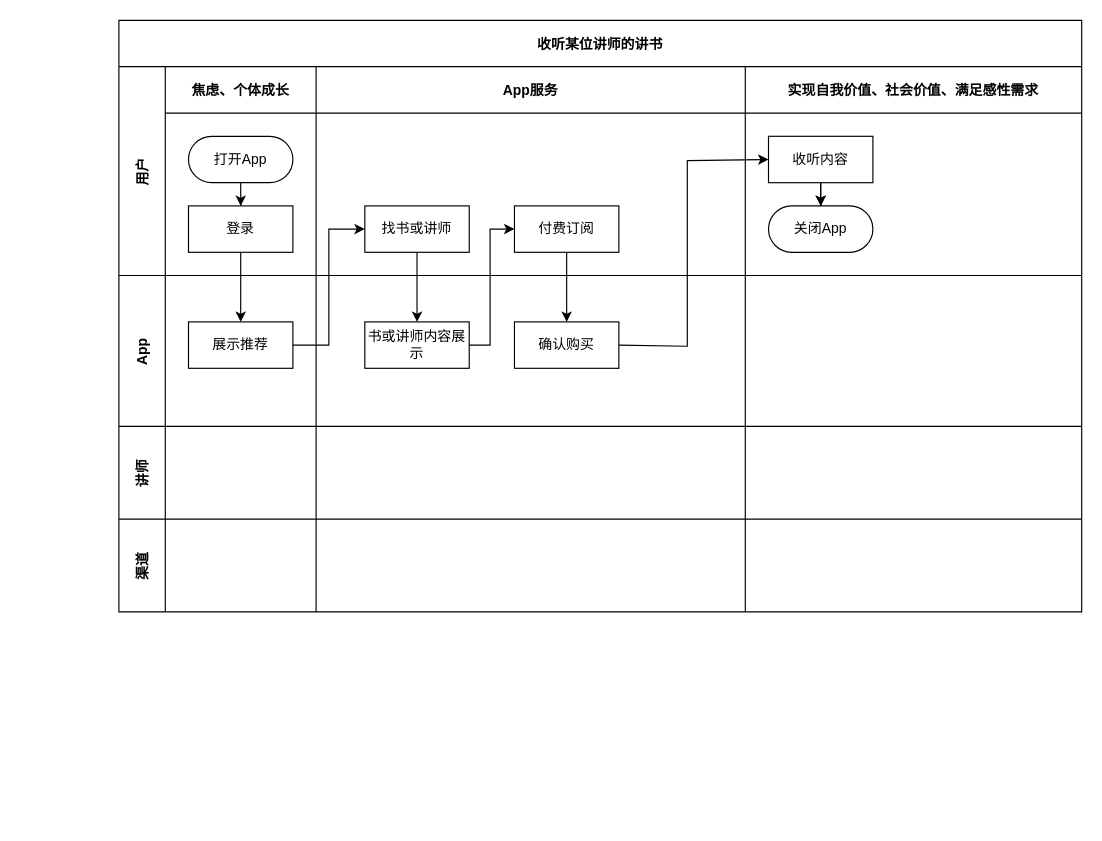
The draw.io diagram page "Page-1" (1 of 2) of wisdom-functions.drawio in joywt/drowin-folder, before the edit. Source tidied: cells renumbered, new cells numbered last; positions are measured from the earlier drawing's top-left corner, leaving out a move shared by most shapes. Both pictures are drawn from the tidied source at 116%, with x=0, y=0 at pixel (118, 20).
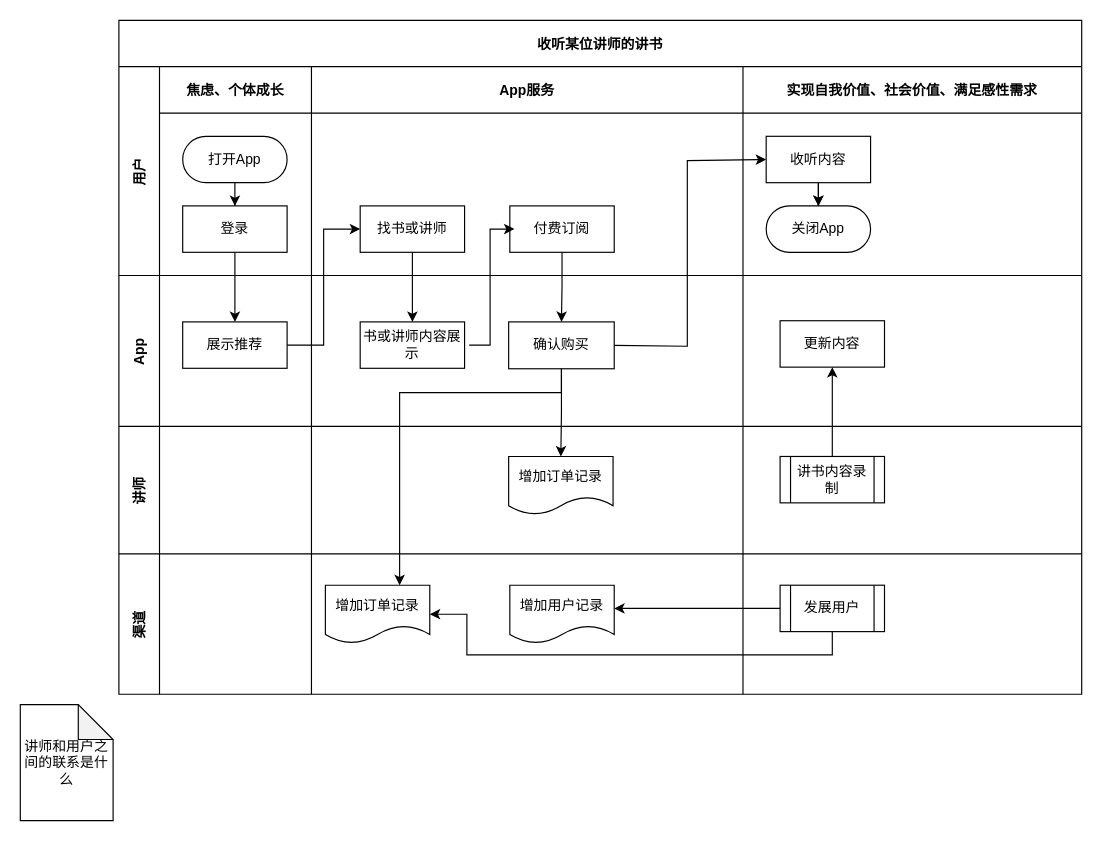
The same diagram, later.

What changed in the source:
```diff
@@
     <mxCell id="2" value="收听某位讲师的讲书" style="shape=table;childLayout=tableLayout;startSize=40;fillColor=none;fontStyle=1;" parent="1" vertex="1">
-      <mxGeometry width="830" height="510" as="geometry" />
+      <mxGeometry width="830" height="581" as="geometry" />
     </mxCell>
@@
-    <mxCell id="4" value="用户" style="shape=tableRow;horizontal=0;swimlaneHead=0;swimlaneBody=0;top=0;left=0;bottom=0;right=0;fillColor=none;startSize=40;fontStyle=1;" parent="2" vertex="1">
+    <mxCell id="4" value="用户" style="shape=tableRow;horizontal=0;swimlaneHead=0;swimlaneBody=0;top=0;left=0;bottom=0;right=0;fillColor=none;startSize=35;fontStyle=1;" parent="2" vertex="1">
       <mxGeometry y="40" width="830" height="180" as="geometry" />
     </mxCell>
     <mxCell id="5" value="焦虑、个体成长" style="swimlane;swimlaneHead=0;swimlaneBody=0;fillColor=none;startSize=40;fontStyle=1;" parent="4" vertex="1">
-      <mxGeometry x="40" width="130" height="180" as="geometry" />
+      <mxGeometry x="35" width="131" height="180" as="geometry" />
     </mxCell>
@@
     <mxCell id="9" value="App服务" style="swimlane;swimlaneHead=0;swimlaneBody=0;fillColor=none;startSize=40;fontStyle=1;" parent="4" vertex="1">
-      <mxGeometry x="170" width="370" height="180" as="geometry" />
+      <mxGeometry x="166" width="372" height="180" as="geometry" />
     </mxCell>
@@
     <mxCell id="12" value="实现自我价值、社会价值、满足感性需求" style="swimlane;swimlaneHead=0;swimlaneBody=0;fillColor=none;startSize=40;fontStyle=1;" parent="4" vertex="1">
-      <mxGeometry x="540" width="290" height="180" as="geometry" />
+      <mxGeometry x="538" width="292" height="180" as="geometry" />
     </mxCell>
@@
-    <mxCell id="17" value="App" style="shape=tableRow;horizontal=0;swimlaneHead=0;swimlaneBody=0;top=0;left=0;bottom=0;right=0;fillColor=none;startSize=40;fontStyle=1;" parent="2" vertex="1">
+    <mxCell id="17" value="App" style="shape=tableRow;horizontal=0;swimlaneHead=0;swimlaneBody=0;top=0;left=0;bottom=0;right=0;fillColor=none;startSize=35;fontStyle=1;" parent="2" vertex="1">
       <mxGeometry y="220" width="830" height="130" as="geometry" />
     </mxCell>
     <mxCell id="18" style="swimlane;swimlaneHead=0;swimlaneBody=0;fillColor=none;startSize=0;fontStyle=1;" parent="17" vertex="1">
-      <mxGeometry x="40" width="130" height="130" as="geometry" />
+      <mxGeometry x="35" width="131" height="130" as="geometry" />
     </mxCell>
@@
     <mxCell id="20" style="swimlane;swimlaneHead=0;swimlaneBody=0;fillColor=none;startSize=0;fontStyle=1;" parent="17" vertex="1">
-      <mxGeometry x="170" width="370" height="130" as="geometry" />
+      <mxGeometry x="166" width="372" height="130" as="geometry" />
     </mxCell>
@@
     <mxCell id="22" style="swimlane;swimlaneHead=0;swimlaneBody=0;fillColor=none;startSize=0;fontStyle=1;" parent="17" vertex="1">
-      <mxGeometry x="540" width="290" height="130" as="geometry" />
+      <mxGeometry x="538" width="292" height="130" as="geometry" />
     </mxCell>
+    <mxCell id="37" value="更新内容" style="whiteSpace=wrap;html=1;" parent="22" vertex="1">
+      <mxGeometry x="32" y="39" width="90" height="40" as="geometry" />
+    </mxCell>
-    <mxCell id="23" value="讲师" style="shape=tableRow;horizontal=0;swimlaneHead=0;swimlaneBody=0;top=0;left=0;bottom=0;right=0;fillColor=none;startSize=40;fontStyle=1;" parent="2" vertex="1">
-      <mxGeometry y="350" width="830" height="80" as="geometry" />
+    <mxCell id="23" value="讲师" style="shape=tableRow;horizontal=0;swimlaneHead=0;swimlaneBody=0;top=0;left=0;bottom=0;right=0;fillColor=none;startSize=35;fontStyle=1;" parent="2" vertex="1">
+      <mxGeometry y="350" width="830" height="110" as="geometry" />
     </mxCell>
     <mxCell id="24" style="swimlane;swimlaneHead=0;swimlaneBody=0;fillColor=none;startSize=0;fontStyle=1;" parent="23" vertex="1">
-      <mxGeometry x="40" width="130" height="80" as="geometry" />
+      <mxGeometry x="35" width="131" height="110" as="geometry" />
     </mxCell>
     <mxCell id="25" style="swimlane;swimlaneHead=0;swimlaneBody=0;fillColor=none;startSize=0;fontStyle=1;" parent="23" vertex="1">
-      <mxGeometry x="170" width="370" height="80" as="geometry" />
+      <mxGeometry x="166" width="372" height="110" as="geometry" />
     </mxCell>
+    <mxCell id="38" style="edgeStyle=orthogonalEdgeStyle;rounded=0;jettySize=auto;html=1;" parent="25" edge="1" source="26" target="39">
+      <mxGeometry relative="1" as="geometry" />
+    </mxCell>
     <mxCell id="26" value="确认购买" style="rounded=0;whiteSpace=wrap;html=1;" parent="25" vertex="1">
-      <mxGeometry x="171" y="-90" width="90" height="40" as="geometry" />
+      <mxGeometry x="170" y="-90" width="91" height="40.4" as="geometry" />
     </mxCell>
+    <mxCell id="39" value="增加订单记录" style="shape=document;whiteSpace=wrap;html=1;boundedLbl=1;rounded=0;" parent="25" vertex="1">
+      <mxGeometry x="170" y="26" width="90" height="50" as="geometry" />
+    </mxCell>
     <mxCell id="27" style="swimlane;swimlaneHead=0;swimlaneBody=0;fillColor=none;startSize=0;fontStyle=1;" parent="23" vertex="1">
-      <mxGeometry x="540" width="290" height="80" as="geometry" />
+      <mxGeometry x="538" width="292" height="110" as="geometry" />
     </mxCell>
+    <mxCell id="40" value="讲书内容录制" style="shape=process;whiteSpace=wrap;html=1;backgroundOutline=1;" parent="27" vertex="1">
+      <mxGeometry x="32" y="26" width="90" height="40" as="geometry" />
+    </mxCell>
-    <mxCell id="28" value="渠道" style="shape=tableRow;horizontal=0;swimlaneHead=0;swimlaneBody=0;top=0;left=0;bottom=0;right=0;fillColor=none;startSize=40;fontStyle=1;" parent="2" vertex="1">
-      <mxGeometry y="430" width="830" height="80" as="geometry" />
+    <mxCell id="28" value="渠道" style="shape=tableRow;horizontal=0;swimlaneHead=0;swimlaneBody=0;top=0;left=0;bottom=0;right=0;fillColor=none;startSize=35;fontStyle=1;" parent="2" vertex="1">
+      <mxGeometry y="460" width="830" height="121" as="geometry" />
     </mxCell>
     <mxCell id="29" style="swimlane;swimlaneHead=0;swimlaneBody=0;fillColor=none;startSize=0;fontStyle=1;" parent="28" vertex="1">
-      <mxGeometry x="40" width="130" height="80" as="geometry" />
+      <mxGeometry x="35" width="131" height="121" as="geometry" />
     </mxCell>
     <mxCell id="30" style="swimlane;swimlaneHead=0;swimlaneBody=0;fillColor=none;startSize=0;fontStyle=1;" parent="28" vertex="1">
-      <mxGeometry x="170" width="370" height="80" as="geometry" />
+      <mxGeometry x="166" width="372" height="121" as="geometry" />
     </mxCell>
+    <mxCell id="41" value="增加订单记录" style="shape=document;whiteSpace=wrap;html=1;boundedLbl=1;rounded=0;" parent="30" vertex="1">
+      <mxGeometry x="12" y="27" width="90" height="50" as="geometry" />
+    </mxCell>
+    <mxCell id="42" value="增加用户记录" style="shape=document;whiteSpace=wrap;html=1;boundedLbl=1;rounded=0;" parent="30" vertex="1">
+      <mxGeometry x="171" y="27" width="90" height="50" as="geometry" />
+    </mxCell>
     <mxCell id="31" style="swimlane;swimlaneHead=0;swimlaneBody=0;fillColor=none;startSize=0;fontStyle=1;" parent="28" vertex="1">
-      <mxGeometry x="540" width="290" height="80" as="geometry" />
+      <mxGeometry x="538" width="292" height="121" as="geometry" />
     </mxCell>
+    <mxCell id="43" value="发展用户" style="shape=process;whiteSpace=wrap;html=1;backgroundOutline=1;" parent="31" vertex="1">
+      <mxGeometry x="32" y="27" width="90" height="40" as="geometry" />
+    </mxCell>
+    <mxCell id="44" style="edgeStyle=orthogonalEdgeStyle;rounded=0;orthogonalLoop=1;jettySize=auto;html=1;entryX=0.922;entryY=0.4;entryDx=0;entryDy=0;entryPerimeter=0;" parent="28" edge="1">
+      <mxGeometry relative="1" as="geometry">
+        <mxPoint x="570" y="47" as="sourcePoint" />
+        <mxPoint x="427" y="47" as="targetPoint" />
+      </mxGeometry>
+    </mxCell>
+    <mxCell id="45" style="edgeStyle=orthogonalEdgeStyle;rounded=0;jettySize=auto;html=1;exitX=0.5;exitY=1;exitDx=0;exitDy=0;entryX=1;entryY=0.5;entryDx=0;entryDy=0;" parent="28" edge="1" source="43" target="41">
+      <mxGeometry relative="1" as="geometry">
+        <Array as="points">
+          <mxPoint x="615" y="87" />
+          <mxPoint x="300" y="87" />
+          <mxPoint x="300" y="52" />
+        </Array>
+      </mxGeometry>
+    </mxCell>
@@
+    <mxCell id="46" style="edgeStyle=orthogonalEdgeStyle;rounded=0;jettySize=auto;html=1;exitX=0.5;exitY=1;exitDx=0;exitDy=0;" parent="2" edge="1" source="26" target="41">
+      <mxGeometry relative="1" as="geometry">
+        <Array as="points">
+          <mxPoint x="382" y="321" />
+          <mxPoint x="242" y="321" />
+        </Array>
+      </mxGeometry>
+    </mxCell>
+    <mxCell id="47" style="edgeStyle=orthogonalEdgeStyle;rounded=0;jettySize=auto;html=1;" parent="2" edge="1" source="40" target="37">
+      <mxGeometry relative="1" as="geometry" />
+    </mxCell>
+    <mxCell id="48" value="讲师和用户之间的联系是什么" style="shape=note;whiteSpace=wrap;html=1;backgroundOutline=1;darkOpacity=0.05;" parent="1" vertex="1">
+      <mxGeometry x="-85" y="590" width="80" height="100" as="geometry" />
+    </mxCell>
```
